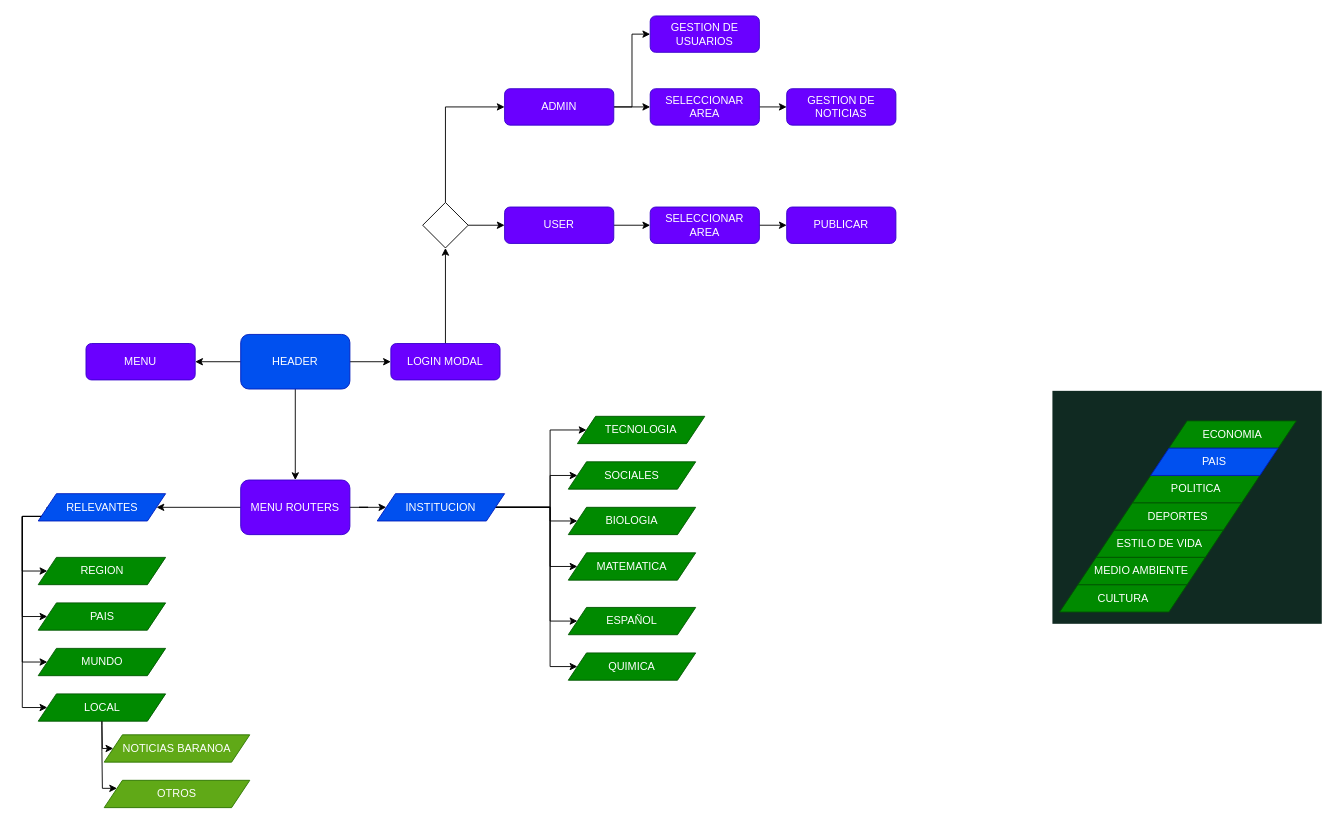
isaidj/caldasBaranoa keeps this draw.io diagram as client/src/Mapa web.drawio. Above is the earlier version. Source tidied: cells renumbered, new cells numbered last; positions are measured from the earlier drawing's top-left corner, leaving out a move shared by most shapes. Both pictures are drawn from the tidied source at 91%, with x=0, y=0 at pixel (22, 15).
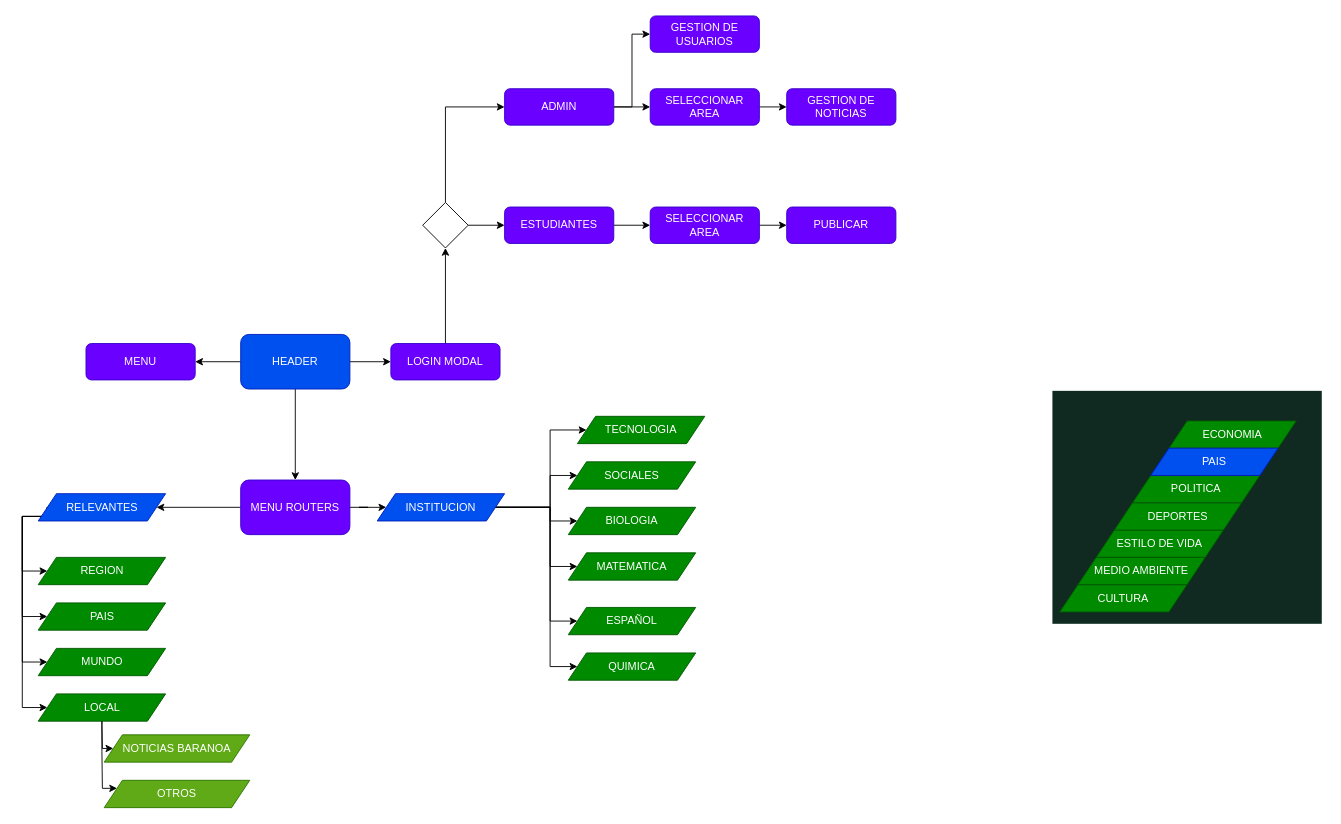
Above is the later version.

Diff of the diagram source:
```diff
@@
-    <mxCell id="53" value="USER" style="rounded=1;whiteSpace=wrap;html=1;fillColor=#6a00ff;strokeColor=#3700CC;fontColor=#ffffff;" parent="1" vertex="1">
+    <mxCell id="53" value="ESTUDIANTES" style="rounded=1;whiteSpace=wrap;html=1;fillColor=#6a00ff;strokeColor=#3700CC;fontColor=#ffffff;" parent="1" vertex="1">
       <mxGeometry x="530" y="210" width="120" height="40" as="geometry" />
     </mxCell>
```
